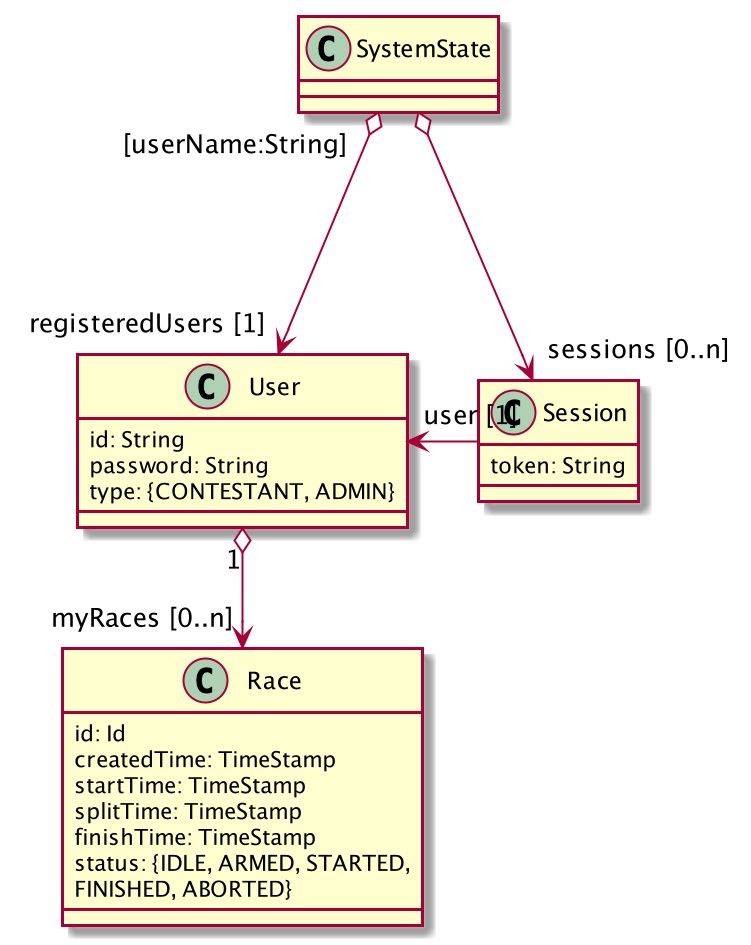
Earlier version of the PlantUML export docs/users_and_sessions.png (CAG-Contactor/cag-cloud-racing).
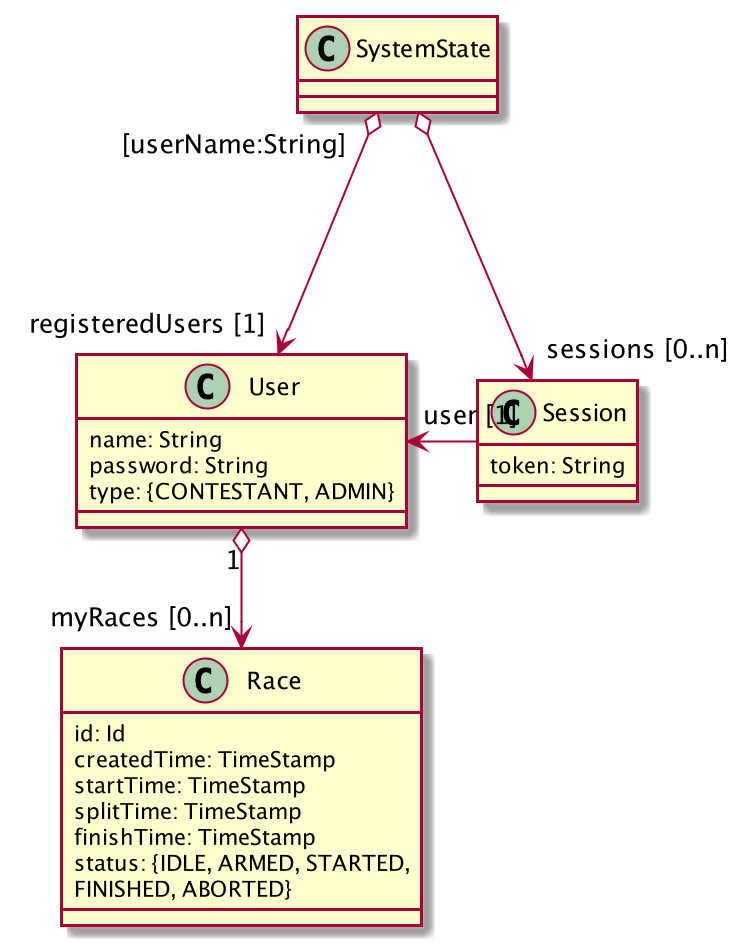
After the change.

What changed in the source:
```diff
@@ -5,7 +5,7 @@
 }
 
 class User {
-  id: String
+  name: String
   password: String
   type: {CONTESTANT, ADMIN}
 }
```
